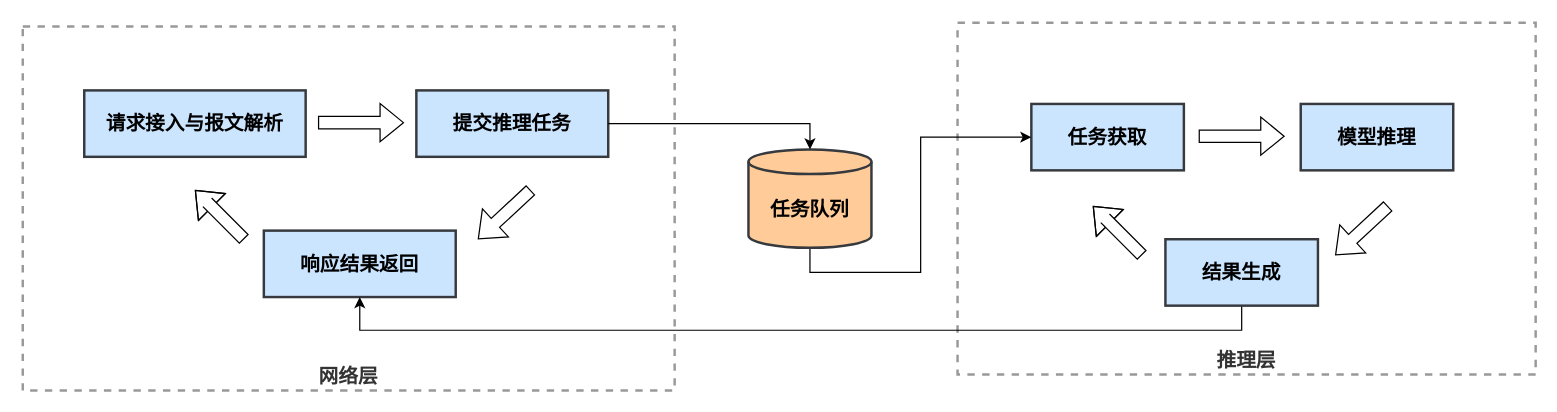
Earlier version of the draw.io diagram 异步架构.drawio (vldzyzy/special-waffle). Source tidied: cells renumbered, new cells numbered last; positions are measured from the earlier drawing's top-left corner, leaving out a move shared by most shapes. Both pictures are drawn from the tidied source at 123%, with x=0, y=0 at pixel (22, 22).
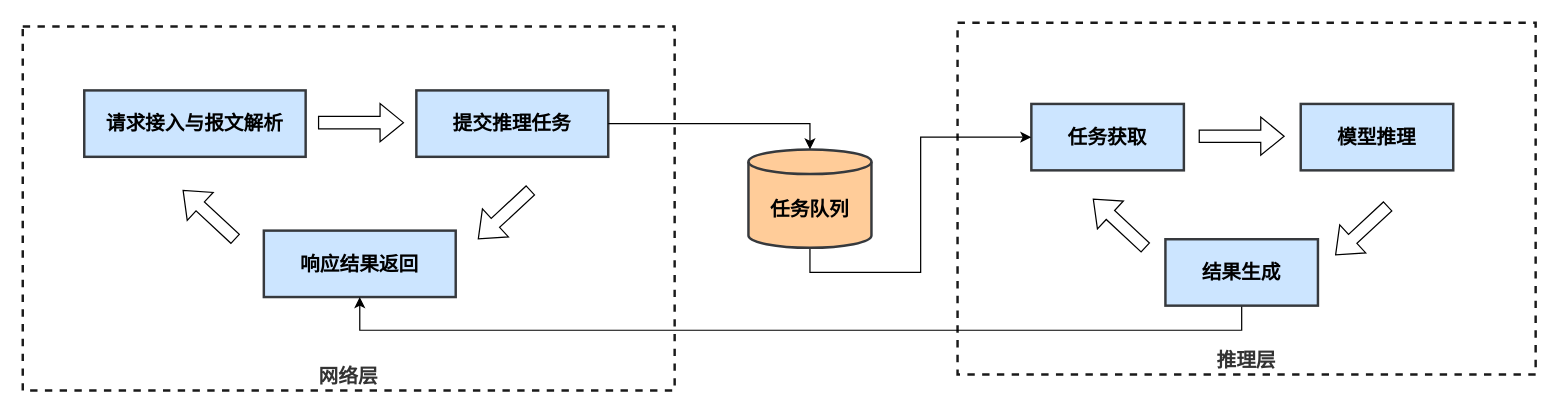
The same page after the edit.

Commit message:
更新异步架构.drawio

What changed in the source:
```diff
@@
-    <mxCell id="2" value="推理层" style="whiteSpace=wrap;strokeWidth=2;fillColor=none;strokeColor=light-dark(#999999,#cccccc);fontColor=light-dark(#333333,#cccccc);verticalAlign=bottom;fontSize=16;fontStyle=1;dashed=1;" parent="1" vertex="1">
+    <mxCell id="2" value="推理层" style="whiteSpace=wrap;strokeWidth=2;fillColor=none;strokeColor=light-dark(#1A1A1A,#CCCCCC);fontColor=light-dark(#333333,#cccccc);verticalAlign=bottom;fontSize=16;fontStyle=1;dashed=1;" parent="1" vertex="1">
       <mxGeometry x="760" width="470" height="286" as="geometry" />
     </mxCell>
-    <mxCell id="3" value="网络层" style="whiteSpace=wrap;strokeWidth=2;fillColor=none;strokeColor=light-dark(#999999,#cccccc);fontColor=light-dark(#333333,#cccccc);verticalAlign=bottom;fontSize=16;fontStyle=1;dashed=1;" parent="1" vertex="1">
+    <mxCell id="3" value="网络层" style="whiteSpace=wrap;strokeWidth=2;fillColor=none;strokeColor=light-dark(#1A1A1A,#CCCCCC);fontColor=light-dark(#333333,#cccccc);verticalAlign=bottom;fontSize=16;fontStyle=1;dashed=1;" parent="1" vertex="1">
       <mxGeometry y="3" width="530" height="296" as="geometry" />
     </mxCell>
@@
-    <mxCell id="14" style="shape=flexArrow;endArrow=classic;html=1;rounded=0;" parent="1" edge="1">
-      <mxGeometry relative="1" as="geometry">
-        <mxPoint x="910" y="189" as="sourcePoint" />
-        <mxPoint x="870" y="149" as="targetPoint" />
-        <Array as="points">
-          <mxPoint x="880" y="159" />
-        </Array>
-      </mxGeometry>
-    </mxCell>
@@
-    <mxCell id="18" style="shape=flexArrow;endArrow=classic;html=1;rounded=0;" parent="1" edge="1">
-      <mxGeometry relative="1" as="geometry">
-        <mxPoint x="180" y="176" as="sourcePoint" />
-        <mxPoint x="140" y="136" as="targetPoint" />
-        <Array as="points">
-          <mxPoint x="150" y="146" />
-        </Array>
-      </mxGeometry>
-    </mxCell>
@@
+    <mxCell id="20" style="shape=flexArrow;endArrow=classic;html=1;rounded=0;" parent="1" edge="1">
+      <mxGeometry relative="1" as="geometry">
+        <mxPoint x="173" y="176" as="sourcePoint" />
+        <mxPoint x="130" y="136" as="targetPoint" />
+      </mxGeometry>
+    </mxCell>
+    <mxCell id="21" style="shape=flexArrow;endArrow=classic;html=1;rounded=0;" parent="1" edge="1">
+      <mxGeometry relative="1" as="geometry">
+        <mxPoint x="913" y="183" as="sourcePoint" />
+        <mxPoint x="870" y="143" as="targetPoint" />
+      </mxGeometry>
+    </mxCell>
```
